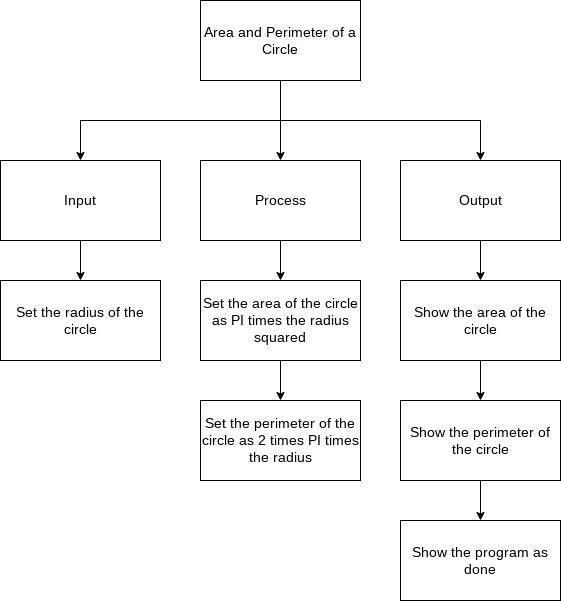
Above: design/top_down.png in CristianoSellitto/ICS3U-Unit2-02-Python (draw.io), before the change. Source tidied: cells renumbered, new cells last; positions are measured from the earlier drawing's top-left corner, leaving out a move shared by most shapes.
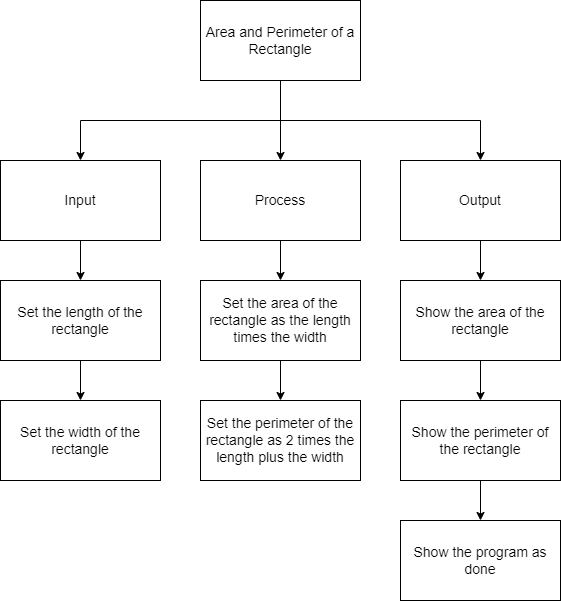
After the commit.

Diff of the diagram source:
```diff
@@ -21,7 +21,7 @@
         </Array>
       </mxGeometry>
     </mxCell>
-    <mxCell id="5" value="Area and Perimeter of a Circle" style="rounded=0;whiteSpace=wrap;html=1;fontSize=14;" parent="1" vertex="1">
+    <mxCell id="5" value="Area and Perimeter of a Rectangle" style="rounded=0;whiteSpace=wrap;html=1;fontSize=14;" parent="1" vertex="1">
       <mxGeometry x="200" width="160" height="80" as="geometry" />
     </mxCell>
     <mxCell id="6" style="edgeStyle=orthogonalEdgeStyle;rounded=0;html=1;entryX=0.5;entryY=0;entryDx=0;entryDy=0;fontSize=14;" parent="1" edge="1" source="7" target="14">
@@ -42,32 +42,38 @@
     <mxCell id="11" value="Output" style="rounded=0;whiteSpace=wrap;html=1;fontSize=14;" parent="1" vertex="1">
       <mxGeometry x="400" y="160" width="160" height="80" as="geometry" />
     </mxCell>
+    <mxCell id="21" style="edgeStyle=none;html=1;entryX=0.5;entryY=0;entryDx=0;entryDy=0;" parent="1" edge="1" source="12" target="22">
+      <mxGeometry relative="1" as="geometry" />
+    </mxCell>
-    <mxCell id="12" value="Set the radius of the circle" style="rounded=0;whiteSpace=wrap;html=1;fontSize=14;" parent="1" vertex="1">
+    <mxCell id="12" value="Set the length of the rectangle" style="rounded=0;whiteSpace=wrap;html=1;fontSize=14;" parent="1" vertex="1">
       <mxGeometry y="280" width="160" height="80" as="geometry" />
     </mxCell>
     <mxCell id="13" style="edgeStyle=orthogonalEdgeStyle;rounded=0;html=1;entryX=0.5;entryY=0;entryDx=0;entryDy=0;fontSize=14;" parent="1" edge="1" source="14" target="15">
       <mxGeometry relative="1" as="geometry" />
     </mxCell>
-    <mxCell id="14" value="Set the area of the circle as PI times the radius squared" style="rounded=0;whiteSpace=wrap;html=1;fontSize=14;" parent="1" vertex="1">
+    <mxCell id="14" value="Set the area of the rectangle as the length times the width" style="rounded=0;whiteSpace=wrap;html=1;fontSize=14;" parent="1" vertex="1">
       <mxGeometry x="200" y="280" width="160" height="80" as="geometry" />
     </mxCell>
-    <mxCell id="15" value="Set the perimeter of the circle as 2 times PI times the radius" style="rounded=0;whiteSpace=wrap;html=1;fontSize=14;" parent="1" vertex="1">
+    <mxCell id="15" value="Set the perimeter of the rectangle as 2 times the length plus the width" style="rounded=0;whiteSpace=wrap;html=1;fontSize=14;" parent="1" vertex="1">
       <mxGeometry x="200" y="400" width="160" height="80" as="geometry" />
     </mxCell>
     <mxCell id="16" style="edgeStyle=orthogonalEdgeStyle;rounded=0;html=1;entryX=0.5;entryY=0;entryDx=0;entryDy=0;fontSize=14;" parent="1" edge="1" source="17" target="19">
       <mxGeometry relative="1" as="geometry" />
     </mxCell>
-    <mxCell id="17" value="Show the area of the circle" style="rounded=0;whiteSpace=wrap;html=1;fontSize=14;" parent="1" vertex="1">
+    <mxCell id="17" value="Show the area of the rectangle" style="rounded=0;whiteSpace=wrap;html=1;fontSize=14;" parent="1" vertex="1">
       <mxGeometry x="400" y="280" width="160" height="80" as="geometry" />
     </mxCell>
     <mxCell id="18" style="edgeStyle=orthogonalEdgeStyle;rounded=0;html=1;entryX=0.5;entryY=0;entryDx=0;entryDy=0;fontSize=14;" parent="1" edge="1" source="19" target="20">
       <mxGeometry relative="1" as="geometry" />
     </mxCell>
-    <mxCell id="19" value="Show the perimeter of the circle" style="rounded=0;whiteSpace=wrap;html=1;fontSize=14;" parent="1" vertex="1">
+    <mxCell id="19" value="Show the perimeter of the rectangle" style="rounded=0;whiteSpace=wrap;html=1;fontSize=14;" parent="1" vertex="1">
       <mxGeometry x="400" y="400" width="160" height="80" as="geometry" />
     </mxCell>
     <mxCell id="20" value="Show the program as done" style="rounded=0;whiteSpace=wrap;html=1;fontSize=14;" parent="1" vertex="1">
       <mxGeometry x="400" y="520" width="160" height="80" as="geometry" />
     </mxCell>
+    <mxCell id="22" value="Set the width of the rectangle" style="rounded=0;whiteSpace=wrap;html=1;fontSize=14;" parent="1" vertex="1">
+      <mxGeometry y="400" width="160" height="80" as="geometry" />
+    </mxCell>
   </root>
 </mxGraphModel>
```
